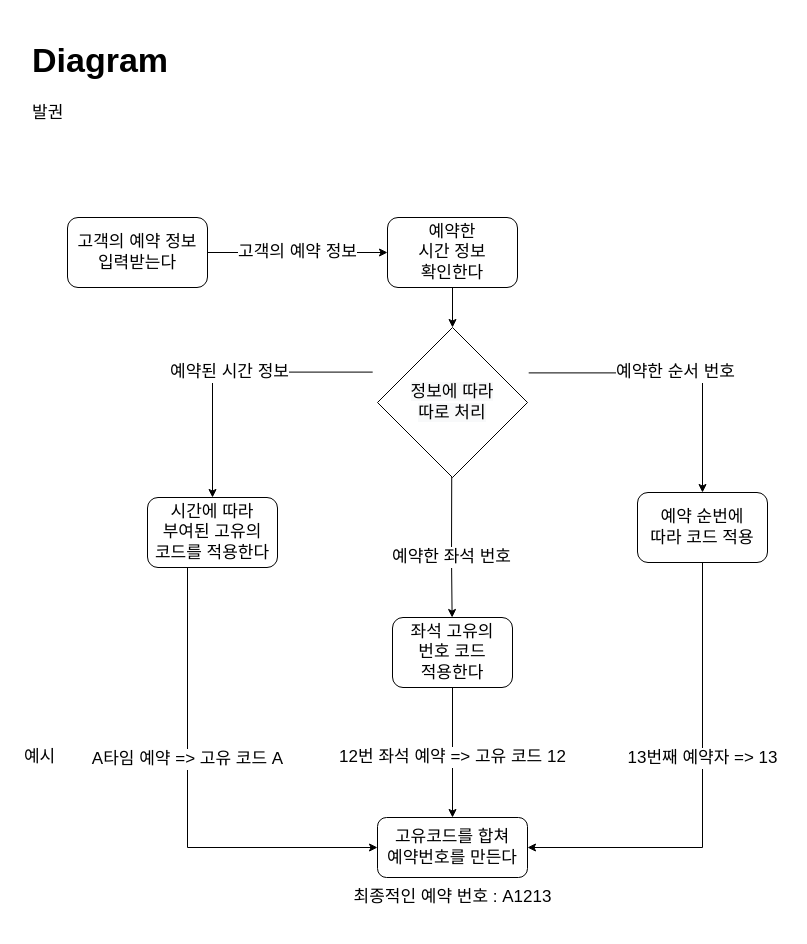
Before: baalgwon.drawio in StrongCatWill/SWProject, a draw.io diagram. Source tidied: cells renumbered, new cells numbered last; positions are measured from the earlier drawing's top-left corner, leaving out a move shared by most shapes. Both pictures are drawn from the tidied source at 100%, with x=0, y=0 at pixel (17, 27).
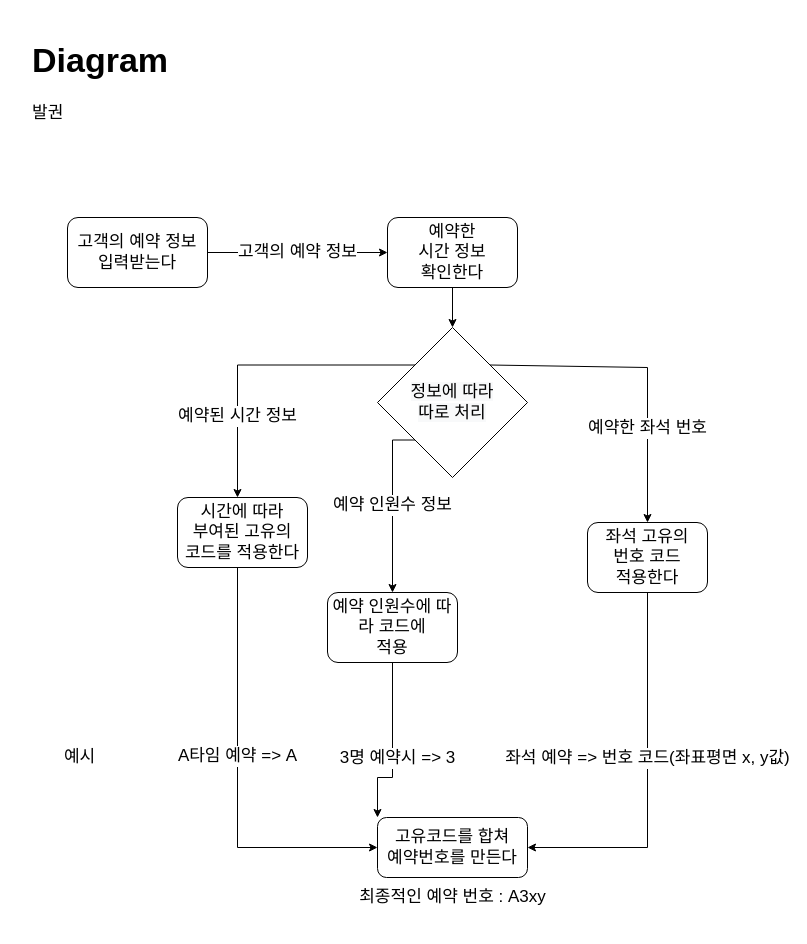
The same diagram, later.

The change refers to these unchanged cells:
```xml
<mxCell id="15" value="고유코드를 합쳐 &lt;br&gt;예약번호를 만든다" style="rounded=1;whiteSpace=wrap;html=1;fontSize=17;" parent="1" vertex="1">
  <mxGeometry x="360" y="790" width="150" height="60" as="geometry" />
</mxCell>
<mxCell id="16" value="&#10;&#10;&lt;span style=&quot;color: rgb(0, 0, 0); font-family: helvetica; font-size: 17px; font-style: normal; font-weight: 400; letter-spacing: normal; text-align: center; text-indent: 0px; text-transform: none; word-spacing: 0px; background-color: rgb(248, 249, 250); display: inline; float: none;&quot;&gt;정보에 따라&lt;/span&gt;&lt;br style=&quot;color: rgb(0, 0, 0); font-family: helvetica; font-size: 17px; font-style: normal; font-weight: 400; letter-spacing: normal; text-align: center; text-indent: 0px; text-transform: none; word-spacing: 0px; background-color: rgb(248, 249, 250);&quot;&gt;&lt;span style=&quot;color: rgb(0, 0, 0); font-family: helvetica; font-size: 17px; font-style: normal; font-weight: 400; letter-spacing: normal; text-align: center; text-indent: 0px; text-transform: none; word-spacing: 0px; background-color: rgb(248, 249, 250); display: inline; float: none;&quot;&gt;따로 처리&lt;/span&gt;&#10;&#10;" style="rhombus;whiteSpace=wrap;html=1;fontSize=17;" parent="1" vertex="1">
  <mxGeometry x="360" y="300" width="150" height="150" as="geometry" />
</mxCell>
```

The edit, as a diff of the source:
```diff
@@
     <mxCell id="6" value="시간에 따라 &lt;br&gt;부여된 고유의&lt;br&gt;코드를 적용한다" style="rounded=1;whiteSpace=wrap;html=1;fontSize=17;" parent="1" vertex="1">
-      <mxGeometry x="130" y="470" width="130" height="70" as="geometry" />
+      <mxGeometry x="160" y="470" width="130" height="70" as="geometry" />
     </mxCell>
-    <mxCell id="7" value="예약된 시간 정보" style="edgeStyle=segmentEdgeStyle;endArrow=classic;html=1;rounded=0;fontSize=17;exitX=-0.032;exitY=0.496;exitDx=0;exitDy=0;entryX=0.5;entryY=0;entryDx=0;entryDy=0;exitPerimeter=0;" parent="1" edge="1" target="6">
-      <mxGeometry relative="1" as="geometry">
-        <mxPoint x="355.2" y="344.6" as="sourcePoint" />
+    <mxCell id="7" value="예약된 시간 정보" style="edgeStyle=segmentEdgeStyle;endArrow=classic;html=1;rounded=0;fontSize=17;exitX=0;exitY=0;exitDx=0;exitDy=0;" parent="1" edge="1" source="16">
+      <mxGeometry x="0.48" relative="1" as="geometry">
+        <mxPoint x="220" y="470" as="targetPoint" />
+        <Array as="points">
+          <mxPoint x="220" y="337" />
+          <mxPoint x="220" y="470" />
+        </Array>
       </mxGeometry>
     </mxCell>
@@
-    <mxCell id="9" value="예약한 좌석 번호" style="endArrow=classic;html=1;rounded=0;fontSize=17;exitX=0.496;exitY=0.984;exitDx=0;exitDy=0;exitPerimeter=0;" parent="1" edge="1" target="10">
+    <mxCell id="9" value="예약한 좌석 번호" style="endArrow=classic;html=1;rounded=0;fontSize=17;entryX=0.5;entryY=0;entryDx=0;entryDy=0;exitX=1;exitY=0;exitDx=0;exitDy=0;" parent="1" edge="1" source="16" target="10">
       <mxGeometry x="0.4" relative="1" as="geometry">
-        <mxPoint x="434.4" y="388.6" as="sourcePoint" />
         <Array as="points">
-          <mxPoint x="434" y="530" />
+          <mxPoint x="630" y="340" />
         </Array>
       </mxGeometry>
     </mxCell>
     <mxCell id="10" value="좌석 고유의 &lt;br&gt;번호 코드 &lt;br&gt;적용한다" style="rounded=1;whiteSpace=wrap;html=1;fontSize=17;" parent="1" vertex="1">
-      <mxGeometry x="375" y="590" width="120" height="70" as="geometry" />
+      <mxGeometry x="570" y="495" width="120" height="70" as="geometry" />
     </mxCell>
     <mxCell id="11" value="예시&amp;nbsp;" style="text;html=1;strokeColor=none;fillColor=none;align=center;verticalAlign=middle;whiteSpace=wrap;rounded=0;fontSize=17;" parent="1" vertex="1">
-      <mxGeometry y="700" width="50" height="60" as="geometry" />
+      <mxGeometry x="40" y="700" width="50" height="60" as="geometry" />
     </mxCell>
-    <mxCell id="12" value="예약한 순서 번호" style="edgeStyle=segmentEdgeStyle;endArrow=classic;html=1;rounded=0;fontSize=17;exitX=1.008;exitY=0.504;exitDx=0;exitDy=0;exitPerimeter=0;entryX=0.5;entryY=0;entryDx=0;entryDy=0;" parent="1" edge="1" target="13">
-      <mxGeometry relative="1" as="geometry">
-        <mxPoint x="511.2" y="345.4" as="sourcePoint" />
-      </mxGeometry>
+    <mxCell id="12" value="예약 인원수 정보" style="edgeStyle=segmentEdgeStyle;endArrow=classic;html=1;rounded=0;fontSize=17;exitX=0;exitY=1;exitDx=0;exitDy=0;entryX=0.5;entryY=0;entryDx=0;entryDy=0;" parent="1" edge="1" source="16" target="13">
+      <mxGeometry relative="1" as="geometry" />
     </mxCell>
-    <mxCell id="13" value="예약 순번에&lt;br&gt;따라 코드 적용" style="rounded=1;whiteSpace=wrap;html=1;fontSize=17;" parent="1" vertex="1">
-      <mxGeometry x="620" y="465" width="130" height="70" as="geometry" />
+    <mxCell id="13" value="예약 인원수에 따라 코드에 &lt;br&gt;적용" style="rounded=1;whiteSpace=wrap;html=1;fontSize=17;" parent="1" vertex="1">
+      <mxGeometry x="310" y="565" width="130" height="70" as="geometry" />
     </mxCell>
-    <mxCell id="14" value="최종적인 예약 번호 : A1213" style="text;html=1;strokeColor=none;fillColor=none;align=center;verticalAlign=middle;whiteSpace=wrap;rounded=0;fontSize=17;" parent="1" vertex="1">
+    <mxCell id="14" value="최종적인 예약 번호 : A3xy" style="text;html=1;strokeColor=none;fillColor=none;align=center;verticalAlign=middle;whiteSpace=wrap;rounded=0;fontSize=17;" parent="1" vertex="1">
       <mxGeometry x="302.5" y="840" width="265" height="60" as="geometry" />
     </mxCell>
@@
-    <mxCell id="17" value="A타임 예약 =&amp;gt; 고유 코드 A" style="edgeStyle=segmentEdgeStyle;endArrow=classic;html=1;rounded=0;fontSize=17;exitX=0.25;exitY=1;exitDx=0;exitDy=0;entryX=0;entryY=0.5;entryDx=0;entryDy=0;" parent="1" edge="1" source="6" target="15">
-      <mxGeometry x="-0.17" relative="1" as="geometry">
+    <mxCell id="17" value="A타임 예약 =&amp;gt; A" style="edgeStyle=segmentEdgeStyle;endArrow=classic;html=1;rounded=0;fontSize=17;entryX=0;entryY=0.5;entryDx=0;entryDy=0;" parent="1" edge="1" target="15">
+      <mxGeometry x="-0.1" relative="1" as="geometry">
+        <mxPoint x="220" y="540" as="sourcePoint" />
         <Array as="points">
-          <mxPoint x="170" y="540" />
-          <mxPoint x="170" y="820" />
+          <mxPoint x="220" y="540" />
+          <mxPoint x="220" y="820" />
         </Array>
-        <mxPoint y="1" as="offset" />
       </mxGeometry>
     </mxCell>
-    <mxCell id="18" value="12번 좌석 예약 =&amp;gt; 고유 코드 12" style="endArrow=classic;html=1;rounded=0;fontSize=17;entryX=0.5;entryY=0;entryDx=0;entryDy=0;exitX=0.5;exitY=1;exitDx=0;exitDy=0;" parent="1" edge="1" source="10" target="15">
-      <mxGeometry x="0.08" relative="1" as="geometry" />
+    <mxCell id="18" value="좌석 예약 =&amp;gt; 번호 코드(좌표평면 x, y값)" style="endArrow=classic;html=1;rounded=0;fontSize=17;entryX=1;entryY=0.5;entryDx=0;entryDy=0;exitX=0.5;exitY=1;exitDx=0;exitDy=0;" parent="1" edge="1" source="10" target="15">
+      <mxGeometry x="-0.12" relative="1" as="geometry">
+        <Array as="points">
+          <mxPoint x="630" y="820" />
+        </Array>
+        <mxPoint y="1" as="offset" />
+      </mxGeometry>
     </mxCell>
-    <mxCell id="19" value="13번째 예약자 =&amp;gt; 13" style="edgeStyle=segmentEdgeStyle;endArrow=classic;html=1;rounded=0;fontSize=17;exitX=0.5;exitY=1;exitDx=0;exitDy=0;entryX=1;entryY=0.5;entryDx=0;entryDy=0;" parent="1" edge="1" source="13" target="15">
-      <mxGeometry x="-0.15" relative="1" as="geometry">
+    <mxCell id="19" value="3명 예약시 =&amp;gt; 3" style="edgeStyle=segmentEdgeStyle;endArrow=classic;html=1;rounded=0;fontSize=17;exitX=0.5;exitY=1;exitDx=0;exitDy=0;entryX=0;entryY=0;entryDx=0;entryDy=0;" parent="1" edge="1" source="13" target="15">
+      <mxGeometry x="0.12" y="5" relative="1" as="geometry">
         <Array as="points">
-          <mxPoint x="685" y="820" />
+          <mxPoint x="375" y="750" />
+          <mxPoint x="360" y="750" />
         </Array>
+        <mxPoint y="1" as="offset" />
       </mxGeometry>
     </mxCell>
```
